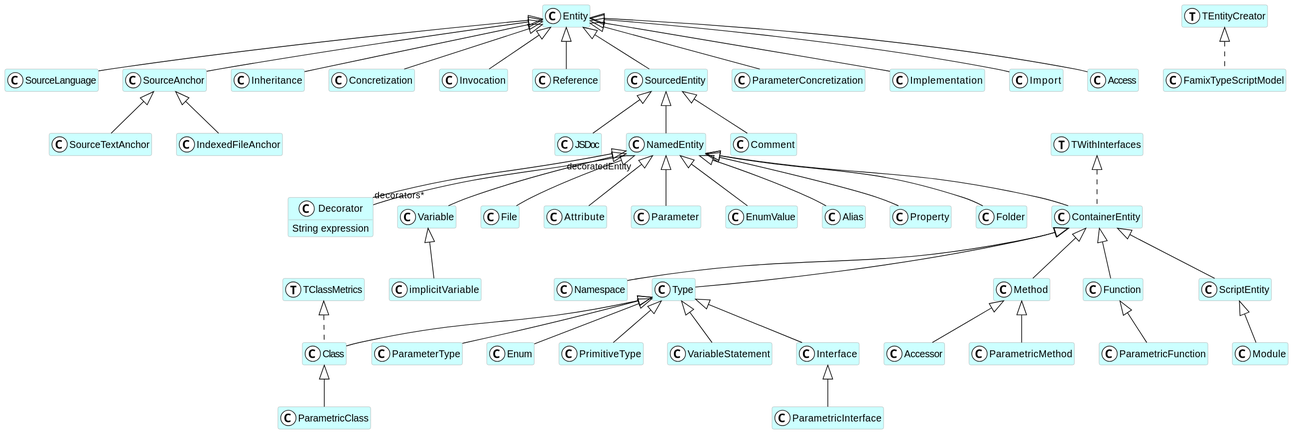
fuhrmanator/FamixTypeScript keeps this PlantUML diagram as doc-uml/FamixTypeScript.svg. Above is the earlier version.
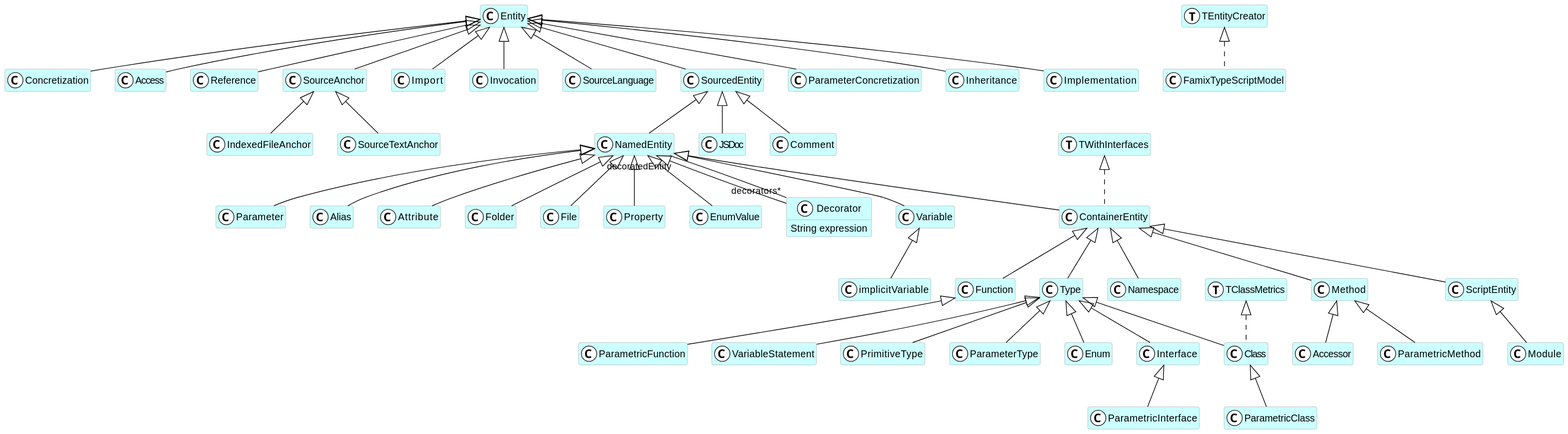
After the commit.

Change to the diagram source:
```diff
@@ -5,151 +5,151 @@
   ArrowColor black
   BorderColor darkGray
 }
-class Namespace <<(C,white)>> #CCFFFF {
+class Concretization <<(C,white)>> #CCFFFF {
 }
-class SourceTextAnchor <<(C,white)>> #CCFFFF {
+class TWithInterfaces <<(T,white)>> #CCFFFF {
 }
-class Class <<(C,white)>> #CCFFFF {
+class Access <<(C,white)>> #CCFFFF {
+}
+class Reference <<(C,white)>> #CCFFFF {
+}
+class Method <<(C,white)>> #CCFFFF {
+}
+class IndexedFileAnchor <<(C,white)>> #CCFFFF {
+}
+class Module <<(C,white)>> #CCFFFF {
+}
+class Enum <<(C,white)>> #CCFFFF {
+}
+class Interface <<(C,white)>> #CCFFFF {
+}
+class FamixTypeScriptModel <<(C,white)>> #CCFFFF {
 }
 class Decorator <<(C,white)>> #CCFFFF {
   String expression
 }
-class ParameterType <<(C,white)>> #CCFFFF {
+class NamedEntity <<(C,white)>> #CCFFFF {
 }
-class Variable <<(C,white)>> #CCFFFF {
+class implicitVariable <<(C,white)>> #CCFFFF {
+}
+class ScriptEntity <<(C,white)>> #CCFFFF {
+}
+class ParametricClass <<(C,white)>> #CCFFFF {
+}
+class Function <<(C,white)>> #CCFFFF {
+}
+class TClassMetrics <<(T,white)>> #CCFFFF {
+}
+class Parameter <<(C,white)>> #CCFFFF {
+}
+class JSDoc <<(C,white)>> #CCFFFF {
+}
+class Alias <<(C,white)>> #CCFFFF {
+}
+class SourceAnchor <<(C,white)>> #CCFFFF {
+}
+class Attribute <<(C,white)>> #CCFFFF {
+}
+class ParametricInterface <<(C,white)>> #CCFFFF {
+}
+class Folder <<(C,white)>> #CCFFFF {
+}
+class ContainerEntity <<(C,white)>> #CCFFFF {
 }
 class File <<(C,white)>> #CCFFFF {
 }
-class JSDoc <<(C,white)>> #CCFFFF {
+class Class <<(C,white)>> #CCFFFF {
 }
-class ParametricInterface <<(C,white)>> #CCFFFF {
+class Type <<(C,white)>> #CCFFFF {
+}
+class ParametricMethod <<(C,white)>> #CCFFFF {
+}
+class Import <<(C,white)>> #CCFFFF {
 }
 class ParametricFunction <<(C,white)>> #CCFFFF {
 }
-class SourceLanguage <<(C,white)>> #CCFFFF {
+class Property <<(C,white)>> #CCFFFF {
 }
-class Attribute <<(C,white)>> #CCFFFF {
-}
-class Type <<(C,white)>> #CCFFFF {
-}
-class SourceAnchor <<(C,white)>> #CCFFFF {
-}
-class Inheritance <<(C,white)>> #CCFFFF {
+class Invocation <<(C,white)>> #CCFFFF {
 }
 class Entity <<(C,white)>> #CCFFFF {
 }
-class IndexedFileAnchor <<(C,white)>> #CCFFFF {
-}
-class Concretization <<(C,white)>> #CCFFFF {
-}
-class Module <<(C,white)>> #CCFFFF {
-}
-class NamedEntity <<(C,white)>> #CCFFFF {
-}
-class ContainerEntity <<(C,white)>> #CCFFFF {
-}
 class Accessor <<(C,white)>> #CCFFFF {
 }
-class Invocation <<(C,white)>> #CCFFFF {
+class VariableStatement <<(C,white)>> #CCFFFF {
 }
-class Reference <<(C,white)>> #CCFFFF {
+class PrimitiveType <<(C,white)>> #CCFFFF {
 }
-class Parameter <<(C,white)>> #CCFFFF {
+class Comment <<(C,white)>> #CCFFFF {
+}
+class SourceLanguage <<(C,white)>> #CCFFFF {
+}
+class EnumValue <<(C,white)>> #CCFFFF {
 }
 class SourcedEntity <<(C,white)>> #CCFFFF {
 }
 class ParameterConcretization <<(C,white)>> #CCFFFF {
 }
-class Implementation <<(C,white)>> #CCFFFF {
+class Inheritance <<(C,white)>> #CCFFFF {
 }
 class TEntityCreator <<(T,white)>> #CCFFFF {
 }
-class FamixTypeScriptModel <<(C,white)>> #CCFFFF {
+class Implementation <<(C,white)>> #CCFFFF {
 }
-class Import <<(C,white)>> #CCFFFF {
+class SourceTextAnchor <<(C,white)>> #CCFFFF {
 }
-class TClassMetrics <<(T,white)>> #CCFFFF {
+class Variable <<(C,white)>> #CCFFFF {
 }
-class EnumValue <<(C,white)>> #CCFFFF {
+class ParameterType <<(C,white)>> #CCFFFF {
 }
-class Access <<(C,white)>> #CCFFFF {
+class Namespace <<(C,white)>> #CCFFFF {
 }
-class Method <<(C,white)>> #CCFFFF {
-}
-class Enum <<(C,white)>> #CCFFFF {
-}
-class Function <<(C,white)>> #CCFFFF {
-}
-class Alias <<(C,white)>> #CCFFFF {
-}
-class Comment <<(C,white)>> #CCFFFF {
-}
-class PrimitiveType <<(C,white)>> #CCFFFF {
-}
-class TWithInterfaces <<(T,white)>> #CCFFFF {
-}
-class ParametricClass <<(C,white)>> #CCFFFF {
-}
-class implicitVariable <<(C,white)>> #CCFFFF {
-}
-class ParametricMethod <<(C,white)>> #CCFFFF {
-}
-class Property <<(C,white)>> #CCFFFF {
-}
-class VariableStatement <<(C,white)>> #CCFFFF {
-}
-class Folder <<(C,white)>> #CCFFFF {
-}
-class ScriptEntity <<(C,white)>> #CCFFFF {
-}
-class Interface <<(C,white)>> #CCFFFF {
-}
+Entity <|-- Concretization
+Entity <|-- Reference
+ContainerEntity <|-- Method
+Entity <|-- Access
+SourceAnchor <|-- IndexedFileAnchor
+ScriptEntity <|-- Module
+Type <|-- Enum
+Type <|-- Interface
+NamedEntity <|-- Decorator
+SourcedEntity <|-- NamedEntity
+Variable <|-- implicitVariable
+ContainerEntity <|-- ScriptEntity
+Class <|-- ParametricClass
+ContainerEntity <|-- Function
+NamedEntity <|-- Parameter
+SourcedEntity <|-- JSDoc
+NamedEntity <|-- Alias
+Entity <|-- SourceAnchor
+NamedEntity <|-- Attribute
+Interface <|-- ParametricInterface
+NamedEntity <|-- Folder
+NamedEntity <|-- ContainerEntity
+NamedEntity <|-- File
+Type <|-- Class
+ContainerEntity <|-- Type
+Method <|-- ParametricMethod
+Entity <|-- Import
+Function <|-- ParametricFunction
+NamedEntity <|-- Property
+Entity <|-- Invocation
+Type <|-- VariableStatement
+Method <|-- Accessor
+Type <|-- PrimitiveType
+SourcedEntity <|-- Comment
+Entity <|-- SourceLanguage
+NamedEntity <|-- EnumValue
+Entity <|-- ParameterConcretization
+Entity <|-- SourcedEntity
+Entity <|-- Implementation
 SourceAnchor <|-- SourceTextAnchor
-ContainerEntity <|-- Namespace
-NamedEntity <|-- Decorator
+Entity <|-- Inheritance
 NamedEntity <|-- Variable
 Type <|-- ParameterType
-Type <|-- Class
-NamedEntity <|-- File
-Interface <|-- ParametricInterface
-SourcedEntity <|-- JSDoc
-Function <|-- ParametricFunction
-Entity <|-- SourceLanguage
-NamedEntity <|-- Attribute
-ContainerEntity <|-- Type
-Entity <|-- SourceAnchor
-Entity <|-- Inheritance
-SourceAnchor <|-- IndexedFileAnchor
-Entity <|-- Concretization
-ScriptEntity <|-- Module
-SourcedEntity <|-- NamedEntity
-NamedEntity <|-- ContainerEntity
-Method <|-- Accessor
-Entity <|-- Invocation
-Entity <|-- Reference
-NamedEntity <|-- Parameter
-Entity <|-- SourcedEntity
-Entity <|-- ParameterConcretization
-Entity <|-- Implementation
-Entity <|-- Import
-NamedEntity <|-- EnumValue
-Entity <|-- Access
-ContainerEntity <|-- Method
-Type <|-- Enum
-ContainerEntity <|-- Function
-NamedEntity <|-- Alias
-SourcedEntity <|-- Comment
-Type <|-- PrimitiveType
-Class <|-- ParametricClass
-Variable <|-- implicitVariable
-Method <|-- ParametricMethod
-NamedEntity <|-- Property
-Type <|-- VariableStatement
-NamedEntity <|-- Folder
-ContainerEntity <|-- ScriptEntity
-Type <|-- Interface
+ContainerEntity <|-- Namespace
+TEntityCreator <|.. FamixTypeScriptModel
+TWithInterfaces <|.. ContainerEntity
 TClassMetrics <|.. Class
-TWithInterfaces <|.. ContainerEntity
-TEntityCreator <|.. FamixTypeScriptModel
 Decorator "decorators*" -- "decoratedEntity" NamedEntity
 @enduml
```
